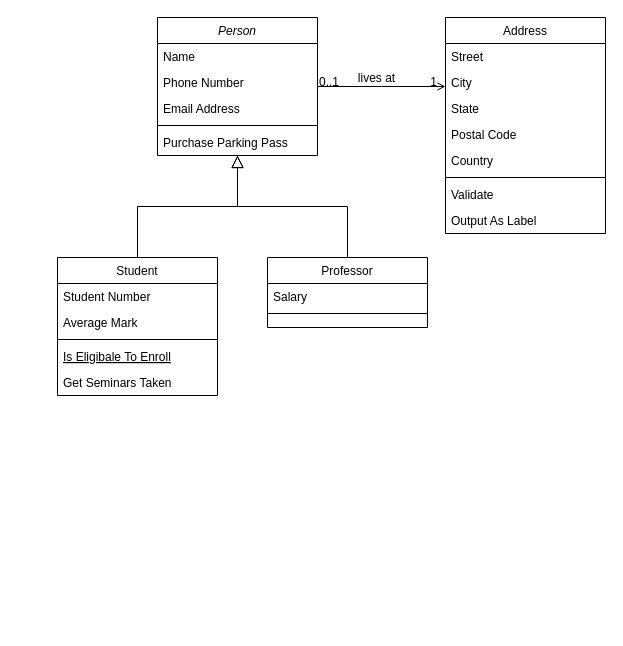
The draw.io diagram New folder/ClassDiagram.drawio in Warwick-CS261/Project, before the edit. Source tidied: cells renumbered, new cells numbered last; positions are measured from the earlier drawing's top-left corner, leaving out a move shared by most shapes. Both pictures are drawn from the tidied source at 100%, with x=0, y=0 at pixel (57, 17).
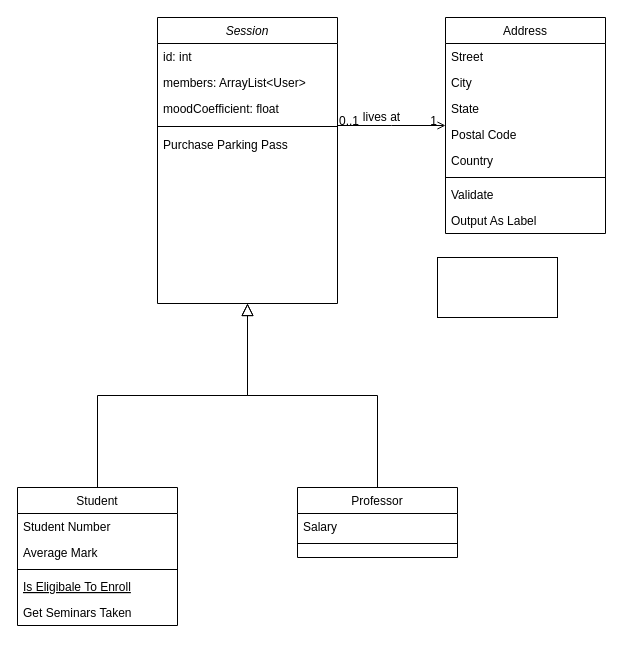
Above is the later version.

Change to the diagram source:
```diff
@@
-    <mxCell id="2" value="Person" style="swimlane;fontStyle=2;align=center;verticalAlign=top;horizontal=1;startSize=26;rounded=0;shadow=0;strokeWidth=1;" parent="1" vertex="1">
-      <mxGeometry x="100" width="160" height="138" as="geometry" />
+    <mxCell id="2" value="Session" style="swimlane;fontStyle=2;align=center;verticalAlign=top;horizontal=1;startSize=26;rounded=0;shadow=0;strokeWidth=1;" parent="1" vertex="1">
+      <mxGeometry x="100" width="180" height="286" as="geometry" />
     </mxCell>
-    <mxCell id="3" value="Name" style="text;align=left;verticalAlign=top;spacingLeft=4;spacingRight=4;overflow=hidden;" parent="2" vertex="1">
-      <mxGeometry y="26" width="160" height="26" as="geometry" />
+    <mxCell id="3" value="id: int" style="text;align=left;verticalAlign=top;spacingLeft=4;spacingRight=4;overflow=hidden;" parent="2" vertex="1">
+      <mxGeometry y="26" width="180" height="26" as="geometry" />
     </mxCell>
-    <mxCell id="4" value="Phone Number" style="text;align=left;verticalAlign=top;spacingLeft=4;spacingRight=4;overflow=hidden;rounded=0;shadow=0;html=0;" parent="2" vertex="1">
-      <mxGeometry y="52" width="160" height="26" as="geometry" />
+    <mxCell id="4" value="members: ArrayList&lt;User&gt;" style="text;align=left;verticalAlign=top;spacingLeft=4;spacingRight=4;overflow=hidden;rounded=0;shadow=0;html=0;" parent="2" vertex="1">
+      <mxGeometry y="52" width="180" height="26" as="geometry" />
     </mxCell>
-    <mxCell id="5" value="Email Address" style="text;align=left;verticalAlign=top;spacingLeft=4;spacingRight=4;overflow=hidden;rounded=0;shadow=0;html=0;" parent="2" vertex="1">
-      <mxGeometry y="78" width="160" height="26" as="geometry" />
+    <mxCell id="5" value="moodCoefficient: float" style="text;align=left;verticalAlign=top;spacingLeft=4;spacingRight=4;overflow=hidden;rounded=0;shadow=0;html=0;" parent="2" vertex="1">
+      <mxGeometry y="78" width="180" height="26" as="geometry" />
     </mxCell>
     <mxCell id="6" style="line;html=1;strokeWidth=1;align=left;verticalAlign=middle;spacingTop=-1;spacingLeft=3;spacingRight=3;labelPosition=right;" parent="2" vertex="1">
-      <mxGeometry y="104" width="160" height="8" as="geometry" />
+      <mxGeometry y="104" width="180" height="10" as="geometry" />
     </mxCell>
     <mxCell id="7" value="Purchase Parking Pass" style="text;align=left;verticalAlign=top;spacingLeft=4;spacingRight=4;overflow=hidden;" parent="2" vertex="1">
-      <mxGeometry y="112" width="160" height="26" as="geometry" />
+      <mxGeometry y="114" width="180" height="26" as="geometry" />
     </mxCell>
     <mxCell id="8" value="Student" style="swimlane;fontStyle=0;align=center;verticalAlign=top;horizontal=1;startSize=26;rounded=0;shadow=0;strokeWidth=1;" parent="1" vertex="1">
-      <mxGeometry y="240" width="160" height="138" as="geometry" />
+      <mxGeometry x="-40" y="470" width="160" height="138" as="geometry" />
     </mxCell>
@@
     <mxCell id="15" value="Professor" style="swimlane;fontStyle=0;align=center;verticalAlign=top;horizontal=1;startSize=26;rounded=0;shadow=0;strokeWidth=1;" parent="1" vertex="1">
-      <mxGeometry x="210" y="240" width="160" height="70" as="geometry" />
+      <mxGeometry x="240" y="470" width="160" height="70" as="geometry" />
     </mxCell>
@@
+    <mxCell id="32" style="rounded=0;whiteSpace=wrap;html=1;" parent="1" vertex="1">
+      <mxGeometry x="380" y="240" width="120" height="60" as="geometry" />
+    </mxCell>
```
